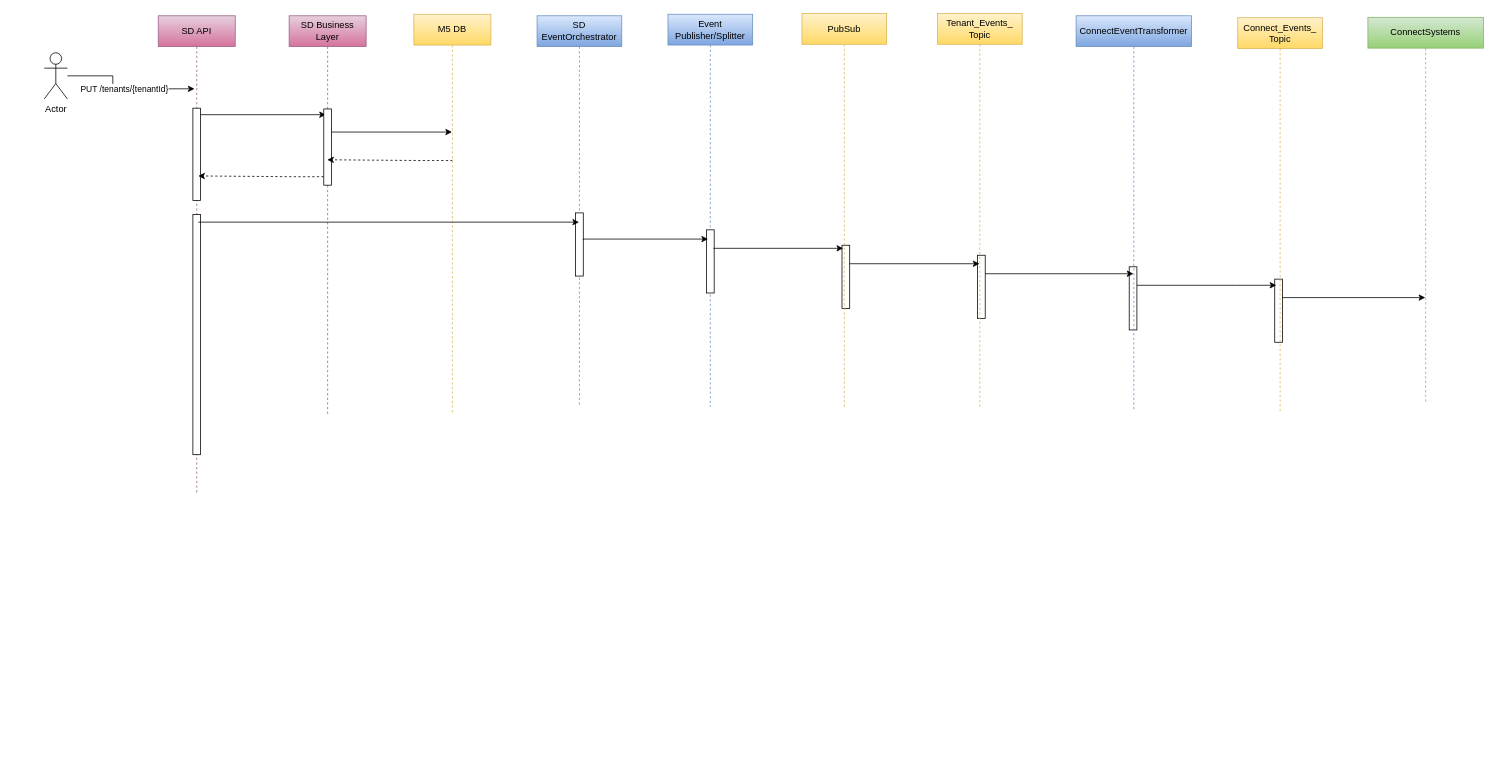
Earlier version of the draw.io diagram TenantSequence.drawio (srinivaspuranamhyd/arc-diagrams). Source tidied: cells renumbered, new cells numbered last; positions are measured from the earlier drawing's top-left corner, leaving out a move shared by most shapes. Both pictures are drawn from the tidied source at 77%, with x=0, y=0 at pixel (44, 13).
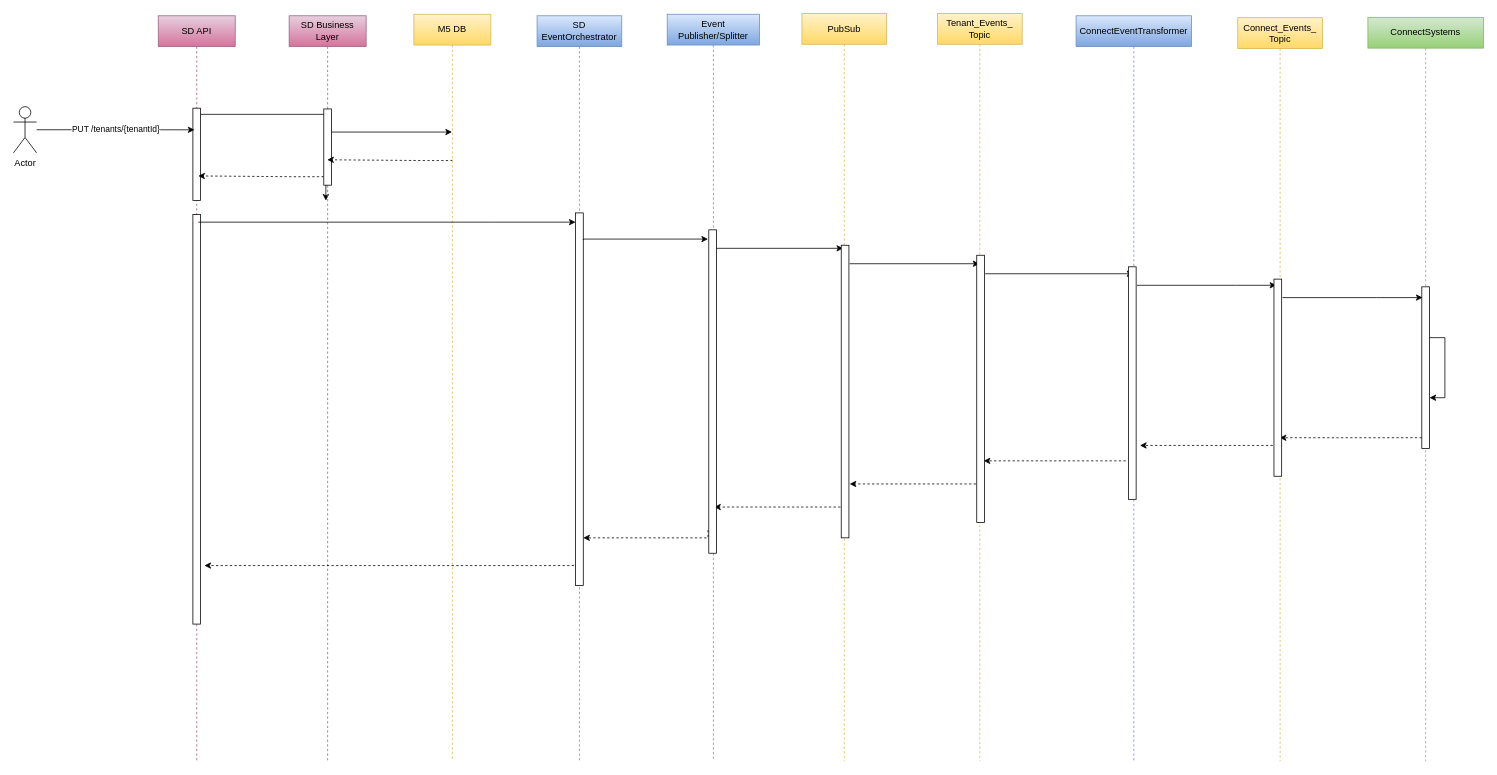
After the change.

Change to the diagram source:
```diff
@@
+    <mxCell id="34" style="edgeStyle=orthogonalEdgeStyle;rounded=0;orthogonalLoop=1;jettySize=auto;html=1;dashed=1;" parent="1" edge="1">
+      <mxGeometry relative="1" as="geometry">
+        <mxPoint x="1040" y="641" as="sourcePoint" />
+        <mxPoint x="870" y="641" as="targetPoint" />
+        <Array as="points">
+          <mxPoint x="945.5" y="641" />
+          <mxPoint x="945.5" y="641" />
+        </Array>
+      </mxGeometry>
+    </mxCell>
+    <mxCell id="35" style="edgeStyle=orthogonalEdgeStyle;rounded=0;orthogonalLoop=1;jettySize=auto;html=1;dashed=1;" parent="1" edge="1">
+      <mxGeometry relative="1" as="geometry">
+        <mxPoint x="1216" y="611" as="sourcePoint" />
+        <mxPoint x="1046" y="611" as="targetPoint" />
+        <Array as="points">
+          <mxPoint x="1121.5" y="611" />
+          <mxPoint x="1121.5" y="611" />
+        </Array>
+      </mxGeometry>
+    </mxCell>
+    <mxCell id="36" style="edgeStyle=orthogonalEdgeStyle;rounded=0;orthogonalLoop=1;jettySize=auto;html=1;dashed=1;" parent="1" edge="1">
+      <mxGeometry relative="1" as="geometry">
+        <mxPoint x="1607.5" y="561" as="sourcePoint" />
+        <mxPoint x="1423" y="561" as="targetPoint" />
+        <Array as="points">
+          <mxPoint x="1498.5" y="561" />
+          <mxPoint x="1498.5" y="561" />
+        </Array>
+      </mxGeometry>
+    </mxCell>
@@
     <mxCell id="3" value="SD API" style="shape=umlLifeline;perimeter=lifelinePerimeter;whiteSpace=wrap;html=1;outlineConnect=0;gradientColor=#d5739d;fillColor=#e6d0de;strokeColor=#996185;" parent="1" vertex="1">
-      <mxGeometry x="148" y="3" width="100" height="620" as="geometry" />
+      <mxGeometry x="148" y="3" width="100" height="968" as="geometry" />
     </mxCell>
@@
     <mxCell id="5" style="html=1;perimeter=orthogonalPerimeter;" parent="3" vertex="1">
-      <mxGeometry x="45" y="258" width="10" height="312" as="geometry" />
+      <mxGeometry x="45" y="258" width="10" height="532" as="geometry" />
     </mxCell>
@@
     <mxCell id="7" value="SD Business Layer" style="shape=umlLifeline;perimeter=lifelinePerimeter;whiteSpace=wrap;html=1;outlineConnect=0;gradientColor=#d5739d;fillColor=#e6d0de;strokeColor=#996185;" parent="1" vertex="1">
-      <mxGeometry x="318" y="3" width="100" height="518" as="geometry" />
+      <mxGeometry x="318" y="3" width="100" height="968" as="geometry" />
     </mxCell>
@@
     <mxCell id="9" value="SD EventOrchestrator" style="shape=umlLifeline;perimeter=lifelinePerimeter;whiteSpace=wrap;html=1;outlineConnect=0;gradientColor=#7ea6e0;fillColor=#dae8fc;strokeColor=#6c8ebf;" parent="1" vertex="1">
-      <mxGeometry x="640" y="3" width="110" height="508" as="geometry" />
+      <mxGeometry x="640" y="3" width="110" height="968" as="geometry" />
     </mxCell>
     <mxCell id="10" style="html=1;perimeter=orthogonalPerimeter;" parent="9" vertex="1">
-      <mxGeometry x="50" y="256" width="10" height="82" as="geometry" />
+      <mxGeometry x="50" y="256" width="10" height="484" as="geometry" />
     </mxCell>
-    <mxCell id="11" value="Event Publisher/Splitter" style="shape=umlLifeline;perimeter=lifelinePerimeter;whiteSpace=wrap;html=1;gradientColor=#7ea6e0;fillColor=#dae8fc;strokeColor=#6c8ebf;" parent="1" vertex="1">
-      <mxGeometry x="810" y="1" width="110" height="510" as="geometry" />
-    </mxCell>
-    <mxCell id="12" style="html=1;perimeter=orthogonalPerimeter;" parent="11" vertex="1">
-      <mxGeometry x="50" y="280" width="10" height="82" as="geometry" />
-    </mxCell>
-    <mxCell id="13" style="html=1;perimeter=orthogonalPerimeter;" parent="11" vertex="1">
-      <mxGeometry x="226" y="300" width="10" height="82" as="geometry" />
-    </mxCell>
-    <mxCell id="14" style="html=1;perimeter=orthogonalPerimeter;" parent="11" vertex="1">
-      <mxGeometry x="402" y="313" width="10" height="82" as="geometry" />
-    </mxCell>
-    <mxCell id="15" style="html=1;perimeter=orthogonalPerimeter;" parent="11" vertex="1">
-      <mxGeometry x="599" y="328" width="10" height="82" as="geometry" />
-    </mxCell>
-    <mxCell id="16" style="html=1;perimeter=orthogonalPerimeter;" parent="11" vertex="1">
-      <mxGeometry x="788" y="344" width="10" height="82" as="geometry" />
-    </mxCell>
     <mxCell id="17" value="PubSub" style="shape=umlLifeline;perimeter=lifelinePerimeter;whiteSpace=wrap;html=1;gradientColor=#ffd966;fillColor=#fff2cc;strokeColor=#d6b656;" parent="1" vertex="1">
-      <mxGeometry x="984" width="110" height="511" as="geometry" />
+      <mxGeometry x="984" width="110" height="971" as="geometry" />
     </mxCell>
     <mxCell id="18" value="ConnectEventTransformer" style="shape=umlLifeline;perimeter=lifelinePerimeter;whiteSpace=wrap;html=1;outlineConnect=0;gradientColor=#7ea6e0;fillColor=#dae8fc;strokeColor=#6c8ebf;" parent="1" vertex="1">
-      <mxGeometry x="1340" y="3" width="150" height="511" as="geometry" />
+      <mxGeometry x="1340" y="3" width="150" height="968" as="geometry" />
     </mxCell>
     <mxCell id="19" value="ConnectSystems" style="shape=umlLifeline;perimeter=lifelinePerimeter;whiteSpace=wrap;html=1;outlineConnect=0;gradientColor=#97d077;fillColor=#d5e8d4;strokeColor=#82b366;" parent="1" vertex="1">
-      <mxGeometry x="1719" y="5" width="150" height="502" as="geometry" />
+      <mxGeometry x="1719" y="5" width="150" height="966" as="geometry" />
     </mxCell>
+    <mxCell id="37" style="html=1;points=[];perimeter=orthogonalPerimeter;" parent="19" vertex="1">
+      <mxGeometry x="70" y="350" width="10" height="210" as="geometry" />
+    </mxCell>
+    <mxCell id="38" style="edgeStyle=orthogonalEdgeStyle;rounded=0;orthogonalLoop=1;jettySize=auto;html=1;" parent="19" edge="1" source="37" target="37">
+      <mxGeometry relative="1" as="geometry">
+        <Array as="points">
+          <mxPoint x="100" y="416" />
+        </Array>
+      </mxGeometry>
+    </mxCell>
@@
     <mxCell id="21" value="M5 DB" style="shape=umlLifeline;perimeter=lifelinePerimeter;whiteSpace=wrap;html=1;gradientColor=#ffd966;fillColor=#fff2cc;strokeColor=#d6b656;" parent="1" vertex="1">
-      <mxGeometry x="480" y="1" width="100" height="520" as="geometry" />
+      <mxGeometry x="480" y="1" width="100" height="970" as="geometry" />
     </mxCell>
@@
     <mxCell id="23" value="Actor" style="shape=umlActor;verticalLabelPosition=bottom;verticalAlign=top;html=1;" parent="1" vertex="1">
-      <mxGeometry y="51" width="30" height="60" as="geometry" />
+      <mxGeometry x="-40" y="121" width="30" height="60" as="geometry" />
     </mxCell>
@@
-    <mxCell id="25" style="edgeStyle=orthogonalEdgeStyle;rounded=0;jettySize=auto;html=1;" parent="1" edge="1" target="9">
+    <mxCell id="25" style="edgeStyle=orthogonalEdgeStyle;rounded=0;orthogonalLoop=1;jettySize=auto;html=1;" parent="1" edge="1">
       <mxGeometry relative="1" as="geometry">
         <mxPoint x="200" y="271" as="sourcePoint" />
+        <mxPoint x="690" y="271" as="targetPoint" />
         <Array as="points">
           <mxPoint x="580" y="271" />
           <mxPoint x="580" y="271" />
         </Array>
       </mxGeometry>
     </mxCell>
@@
     <mxCell id="28" value="Tenant_Events_&lt;br&gt;Topic" style="shape=umlLifeline;perimeter=lifelinePerimeter;whiteSpace=wrap;html=1;gradientColor=#ffd966;fillColor=#fff2cc;strokeColor=#d6b656;" parent="1" vertex="1">
-      <mxGeometry x="1160" width="110" height="511" as="geometry" />
+      <mxGeometry x="1160" width="110" height="971" as="geometry" />
     </mxCell>
     <mxCell id="29" value="Connect_Events_&lt;br&gt;Topic" style="shape=umlLifeline;perimeter=lifelinePerimeter;whiteSpace=wrap;html=1;outlineConnect=0;gradientColor=#ffd966;fillColor=#fff2cc;strokeColor=#d6b656;" parent="1" vertex="1">
-      <mxGeometry x="1550" y="5.5" width="110" height="511" as="geometry" />
+      <mxGeometry x="1550" y="5.5" width="110" height="965.5" as="geometry" />
     </mxCell>
@@
-    <mxCell id="33" style="edgeStyle=orthogonalEdgeStyle;rounded=0;jettySize=auto;html=1;" parent="1" edge="1" target="19">
+    <mxCell id="33" style="edgeStyle=orthogonalEdgeStyle;rounded=0;orthogonalLoop=1;jettySize=auto;html=1;" parent="1" edge="1">
       <mxGeometry relative="1" as="geometry">
         <mxPoint x="1608" y="369" as="sourcePoint" />
+        <mxPoint x="1790" y="369" as="targetPoint" />
         <Array as="points">
           <mxPoint x="1730" y="369" />
           <mxPoint x="1730" y="369" />
         </Array>
       </mxGeometry>
     </mxCell>
+    <mxCell id="39" style="edgeStyle=orthogonalEdgeStyle;rounded=0;jettySize=auto;html=1;dashed=1;" parent="1" edge="1" source="37" target="29">
+      <mxGeometry relative="1" as="geometry">
+        <Array as="points">
+          <mxPoint x="1680" y="551" />
+          <mxPoint x="1680" y="551" />
+        </Array>
+      </mxGeometry>
+    </mxCell>
+    <mxCell id="40" style="edgeStyle=orthogonalEdgeStyle;rounded=0;orthogonalLoop=1;jettySize=auto;html=1;dashed=1;" parent="1" edge="1">
+      <mxGeometry relative="1" as="geometry">
+        <mxPoint x="1404.5" y="581" as="sourcePoint" />
+        <mxPoint x="1220" y="581" as="targetPoint" />
+        <Array as="points">
+          <mxPoint x="1295.5" y="581" />
+          <mxPoint x="1295.5" y="581" />
+        </Array>
+      </mxGeometry>
+    </mxCell>
+    <mxCell id="11" value="Event Publisher/Splitter" style="shape=umlLifeline;perimeter=lifelinePerimeter;whiteSpace=wrap;html=1;gradientColor=#7ea6e0;fillColor=#dae8fc;strokeColor=#6c8ebf;" parent="1" vertex="1">
+      <mxGeometry x="809" y="1" width="120" height="970" as="geometry" />
+    </mxCell>
+    <mxCell id="12" style="html=1;perimeter=orthogonalPerimeter;" parent="11" vertex="1">
+      <mxGeometry x="54" y="280" width="10" height="420" as="geometry" />
+    </mxCell>
+    <mxCell id="13" style="html=1;perimeter=orthogonalPerimeter;" parent="11" vertex="1">
+      <mxGeometry x="226" y="300" width="10" height="380" as="geometry" />
+    </mxCell>
+    <mxCell id="14" style="html=1;perimeter=orthogonalPerimeter;" parent="11" vertex="1">
+      <mxGeometry x="402" y="313" width="10" height="347" as="geometry" />
+    </mxCell>
+    <mxCell id="15" style="html=1;perimeter=orthogonalPerimeter;" parent="11" vertex="1">
+      <mxGeometry x="599" y="328" width="10" height="302" as="geometry" />
+    </mxCell>
+    <mxCell id="16" style="html=1;perimeter=orthogonalPerimeter;" parent="11" vertex="1">
+      <mxGeometry x="788" y="344" width="10" height="256" as="geometry" />
+    </mxCell>
+    <mxCell id="41" style="edgeStyle=orthogonalEdgeStyle;rounded=0;orthogonalLoop=1;jettySize=auto;html=1;dashed=1;" parent="1" edge="1">
+      <mxGeometry relative="1" as="geometry">
+        <mxPoint x="862" y="671" as="sourcePoint" />
+        <mxPoint x="700" y="681" as="targetPoint" />
+        <Array as="points">
+          <mxPoint x="862" y="681" />
+          <mxPoint x="700" y="681" />
+        </Array>
+      </mxGeometry>
+    </mxCell>
+    <mxCell id="42" style="edgeStyle=orthogonalEdgeStyle;rounded=0;orthogonalLoop=1;jettySize=auto;html=1;dashed=1;" parent="1" edge="1">
+      <mxGeometry relative="1" as="geometry">
+        <mxPoint x="688" y="717" as="sourcePoint" />
+        <mxPoint x="208" y="717" as="targetPoint" />
+        <Array as="points">
+          <mxPoint x="408" y="717" />
+          <mxPoint x="408" y="717" />
+        </Array>
+      </mxGeometry>
+    </mxCell>
```
